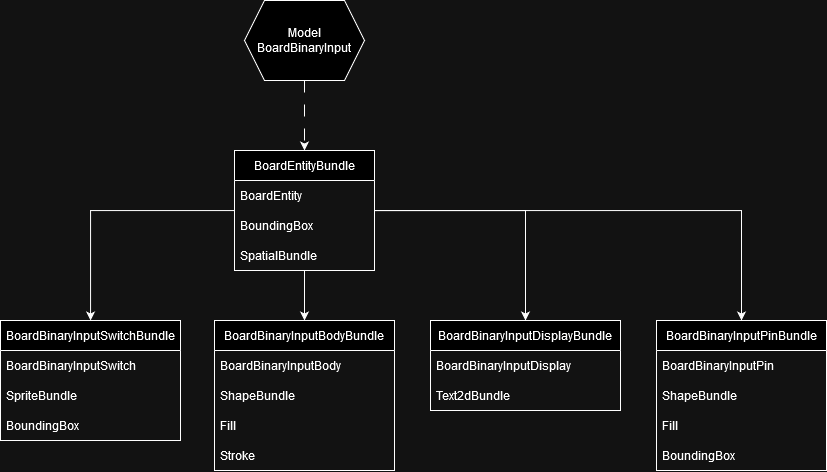
Earlier version of the draw.io export docs/BoardBinaryInput.png (tensoid/logics). Source tidied: cells renumbered, new cells last; positions are measured from the earlier drawing's top-left corner, leaving out a move shared by most shapes. The source it was exported from:
```xml
<mxGraphModel>
  <root>
    <mxCell id="0" />
    <mxCell id="1" parent="0" />
    <mxCell id="2" style="edgeStyle=orthogonalEdgeStyle;rounded=0;jettySize=auto;html=1;entryX=0.5;entryY=0;entryDx=0;entryDy=0;dashed=1;dashPattern=12 12;" parent="1" edge="1" source="3" target="8">
      <mxGeometry relative="1" as="geometry" />
    </mxCell>
    <mxCell id="3" value="&lt;div&gt;Model&lt;/div&gt;BoardBinaryInput" style="shape=hexagon;perimeter=hexagonPerimeter2;whiteSpace=wrap;html=1;fixedSize=1;" parent="1" vertex="1">
      <mxGeometry x="244" width="120" height="80" as="geometry" />
    </mxCell>
    <mxCell id="4" style="edgeStyle=orthogonalEdgeStyle;rounded=0;jettySize=auto;html=1;entryX=0.5;entryY=0;entryDx=0;entryDy=0;" parent="1" edge="1" source="8" target="12">
      <mxGeometry relative="1" as="geometry" />
    </mxCell>
    <mxCell id="5" style="edgeStyle=orthogonalEdgeStyle;rounded=0;jettySize=auto;html=1;entryX=0.5;entryY=0;entryDx=0;entryDy=0;" parent="1" edge="1" source="8" target="21">
      <mxGeometry relative="1" as="geometry" />
    </mxCell>
    <mxCell id="6" style="edgeStyle=orthogonalEdgeStyle;rounded=0;jettySize=auto;html=1;" parent="1" edge="1" source="8" target="17">
      <mxGeometry relative="1" as="geometry" />
    </mxCell>
    <mxCell id="7" style="edgeStyle=orthogonalEdgeStyle;rounded=0;jettySize=auto;html=1;" parent="1" edge="1" source="8" target="24">
      <mxGeometry relative="1" as="geometry" />
    </mxCell>
    <mxCell id="8" value="BoardEntityBundle" style="swimlane;fontStyle=0;horizontal=1;startSize=30;whiteSpace=wrap;html=1;" parent="1" vertex="1">
      <mxGeometry x="234" y="150" width="140" height="120" as="geometry" />
    </mxCell>
    <mxCell id="9" value="BoardEntity" style="text;strokeColor=none;fillColor=none;align=left;verticalAlign=middle;spacingLeft=4;spacingRight=4;overflow=hidden;whiteSpace=wrap;html=1;" parent="8" vertex="1">
      <mxGeometry y="30" width="140" height="30" as="geometry" />
    </mxCell>
    <mxCell id="10" value="BoundingBox" style="text;strokeColor=none;fillColor=none;align=left;verticalAlign=middle;spacingLeft=4;spacingRight=4;overflow=hidden;whiteSpace=wrap;html=1;" parent="8" vertex="1">
      <mxGeometry y="60" width="140" height="30" as="geometry" />
    </mxCell>
    <mxCell id="11" value="SpatialBundle" style="text;strokeColor=none;fillColor=none;align=left;verticalAlign=middle;spacingLeft=4;spacingRight=4;overflow=hidden;whiteSpace=wrap;html=1;" parent="8" vertex="1">
      <mxGeometry y="90" width="140" height="30" as="geometry" />
    </mxCell>
    <mxCell id="12" value="BoardBinaryInputBodyBundle" style="swimlane;fontStyle=0;horizontal=1;startSize=30;whiteSpace=wrap;html=1;" parent="1" vertex="1">
      <mxGeometry x="214" y="320" width="180" height="150" as="geometry" />
    </mxCell>
    <mxCell id="13" value="BoardBinaryInputBody" style="text;strokeColor=none;fillColor=none;align=left;verticalAlign=middle;spacingLeft=4;spacingRight=4;overflow=hidden;whiteSpace=wrap;html=1;" parent="12" vertex="1">
      <mxGeometry y="30" width="180" height="30" as="geometry" />
    </mxCell>
    <mxCell id="14" value="ShapeBundle" style="text;strokeColor=none;fillColor=none;align=left;verticalAlign=middle;spacingLeft=4;spacingRight=4;overflow=hidden;whiteSpace=wrap;html=1;" parent="12" vertex="1">
      <mxGeometry y="60" width="180" height="30" as="geometry" />
    </mxCell>
    <mxCell id="15" value="Fill" style="text;strokeColor=none;fillColor=none;align=left;verticalAlign=middle;spacingLeft=4;spacingRight=4;overflow=hidden;whiteSpace=wrap;html=1;" parent="12" vertex="1">
      <mxGeometry y="90" width="180" height="30" as="geometry" />
    </mxCell>
    <mxCell id="16" value="Stroke" style="text;strokeColor=none;fillColor=none;align=left;verticalAlign=middle;spacingLeft=4;spacingRight=4;overflow=hidden;whiteSpace=wrap;html=1;" parent="12" vertex="1">
      <mxGeometry y="120" width="180" height="30" as="geometry" />
    </mxCell>
    <mxCell id="17" value="&lt;div&gt;BoardBinaryInputSwitchBundle&lt;/div&gt;" style="swimlane;fontStyle=0;horizontal=1;startSize=30;whiteSpace=wrap;html=1;" parent="1" vertex="1">
      <mxGeometry y="320" width="180" height="120" as="geometry" />
    </mxCell>
    <mxCell id="18" value="BoardBinaryInputSwitch" style="text;strokeColor=none;fillColor=none;align=left;verticalAlign=middle;spacingLeft=4;spacingRight=4;overflow=hidden;whiteSpace=wrap;html=1;" parent="17" vertex="1">
      <mxGeometry y="30" width="180" height="30" as="geometry" />
    </mxCell>
    <mxCell id="19" value="SpriteBundle" style="text;strokeColor=none;fillColor=none;align=left;verticalAlign=middle;spacingLeft=4;spacingRight=4;overflow=hidden;whiteSpace=wrap;html=1;" parent="17" vertex="1">
      <mxGeometry y="60" width="180" height="30" as="geometry" />
    </mxCell>
    <mxCell id="20" value="BoundingBox" style="text;strokeColor=none;fillColor=none;align=left;verticalAlign=middle;spacingLeft=4;spacingRight=4;overflow=hidden;whiteSpace=wrap;html=1;" parent="17" vertex="1">
      <mxGeometry y="90" width="180" height="30" as="geometry" />
    </mxCell>
    <mxCell id="21" value="BoardBinaryInputDisplayBundle" style="swimlane;fontStyle=0;horizontal=1;startSize=30;whiteSpace=wrap;html=1;" parent="1" vertex="1">
      <mxGeometry x="430" y="320" width="190" height="90" as="geometry" />
    </mxCell>
    <mxCell id="22" value="BoardBinaryInputDisplay" style="text;strokeColor=none;fillColor=none;align=left;verticalAlign=middle;spacingLeft=4;spacingRight=4;overflow=hidden;whiteSpace=wrap;html=1;" parent="21" vertex="1">
      <mxGeometry y="30" width="190" height="30" as="geometry" />
    </mxCell>
    <mxCell id="23" value="Text2dBundle" style="text;strokeColor=none;fillColor=none;align=left;verticalAlign=middle;spacingLeft=4;spacingRight=4;overflow=hidden;whiteSpace=wrap;html=1;" parent="21" vertex="1">
      <mxGeometry y="60" width="190" height="30" as="geometry" />
    </mxCell>
    <mxCell id="24" value="BoardBinaryInputPinBundle" style="swimlane;fontStyle=0;horizontal=1;startSize=30;whiteSpace=wrap;html=1;" parent="1" vertex="1">
      <mxGeometry x="656" y="320" width="170" height="150" as="geometry" />
    </mxCell>
    <mxCell id="25" value="&lt;div&gt;BoardBinaryInputPin&lt;/div&gt;" style="text;strokeColor=none;fillColor=none;align=left;verticalAlign=middle;spacingLeft=4;spacingRight=4;overflow=hidden;whiteSpace=wrap;html=1;" parent="24" vertex="1">
      <mxGeometry y="30" width="170" height="30" as="geometry" />
    </mxCell>
    <mxCell id="26" value="ShapeBundle" style="text;strokeColor=none;fillColor=none;align=left;verticalAlign=middle;spacingLeft=4;spacingRight=4;overflow=hidden;whiteSpace=wrap;html=1;" parent="24" vertex="1">
      <mxGeometry y="60" width="170" height="30" as="geometry" />
    </mxCell>
    <mxCell id="27" value="Fill" style="text;strokeColor=none;fillColor=none;align=left;verticalAlign=middle;spacingLeft=4;spacingRight=4;overflow=hidden;whiteSpace=wrap;html=1;" parent="24" vertex="1">
      <mxGeometry y="90" width="170" height="30" as="geometry" />
    </mxCell>
    <mxCell id="28" value="BoundingBox" style="text;strokeColor=none;fillColor=none;align=left;verticalAlign=middle;spacingLeft=4;spacingRight=4;overflow=hidden;whiteSpace=wrap;html=1;" parent="24" vertex="1">
      <mxGeometry y="120" width="170" height="30" as="geometry" />
    </mxCell>
  </root>
</mxGraphModel>
```
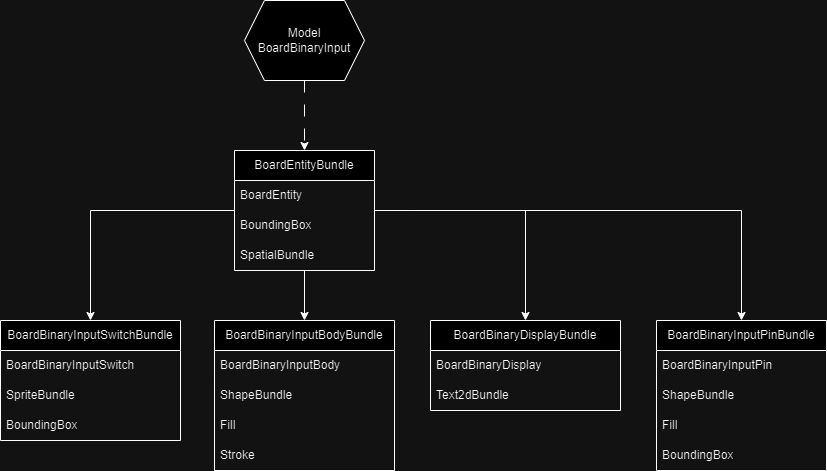
Later version of the same file.

Commit message:
reimplemented dragging and board binary output

The edit, as a diff of the source:
```diff
@@ -59,10 +59,10 @@
     <mxCell id="20" value="BoundingBox" style="text;strokeColor=none;fillColor=none;align=left;verticalAlign=middle;spacingLeft=4;spacingRight=4;overflow=hidden;whiteSpace=wrap;html=1;" parent="17" vertex="1">
       <mxGeometry y="90" width="180" height="30" as="geometry" />
     </mxCell>
-    <mxCell id="21" value="BoardBinaryInputDisplayBundle" style="swimlane;fontStyle=0;horizontal=1;startSize=30;whiteSpace=wrap;html=1;" parent="1" vertex="1">
+    <mxCell id="21" value="BoardBinary&lt;span style=&quot;background-color: initial;&quot;&gt;DisplayBundle&lt;/span&gt;" style="swimlane;fontStyle=0;horizontal=1;startSize=30;whiteSpace=wrap;html=1;" parent="1" vertex="1">
       <mxGeometry x="430" y="320" width="190" height="90" as="geometry" />
     </mxCell>
-    <mxCell id="22" value="BoardBinaryInputDisplay" style="text;strokeColor=none;fillColor=none;align=left;verticalAlign=middle;spacingLeft=4;spacingRight=4;overflow=hidden;whiteSpace=wrap;html=1;" parent="21" vertex="1">
+    <mxCell id="22" value="BoardBinaryDisplay" style="text;strokeColor=none;fillColor=none;align=left;verticalAlign=middle;spacingLeft=4;spacingRight=4;overflow=hidden;whiteSpace=wrap;html=1;" parent="21" vertex="1">
       <mxGeometry y="30" width="190" height="30" as="geometry" />
     </mxCell>
     <mxCell id="23" value="Text2dBundle" style="text;strokeColor=none;fillColor=none;align=left;verticalAlign=middle;spacingLeft=4;spacingRight=4;overflow=hidden;whiteSpace=wrap;html=1;" parent="21" vertex="1">
```
